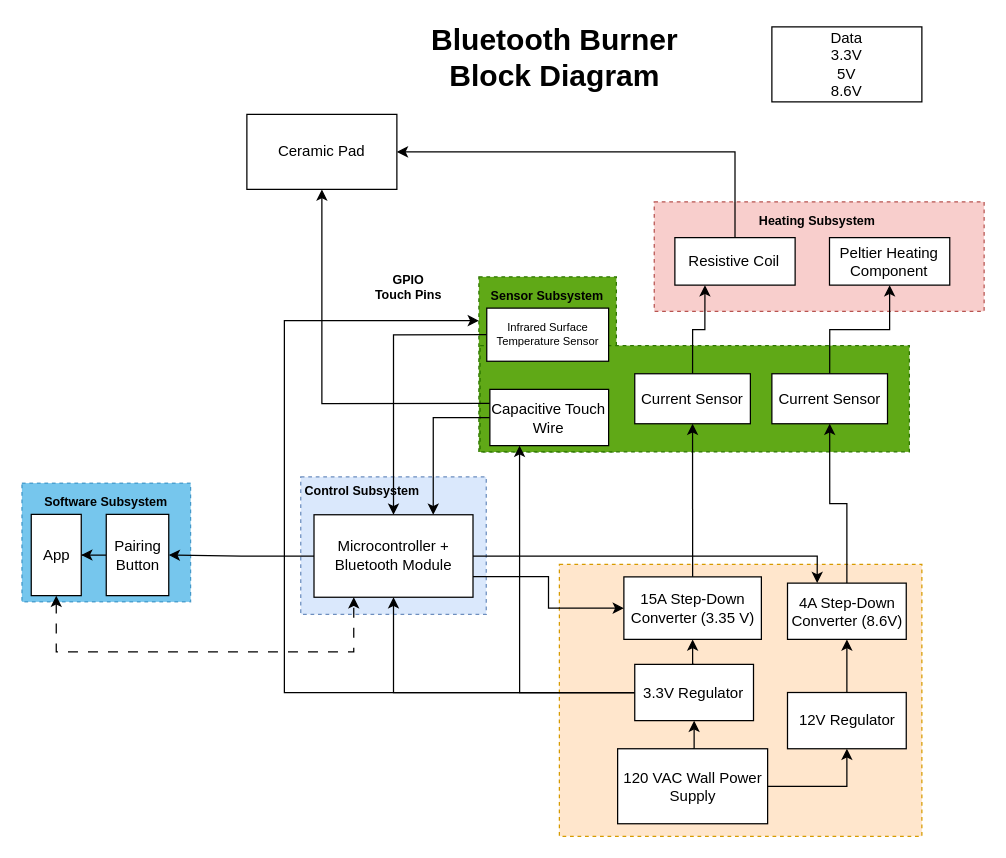
fadnis-shaunak28/ECE-445-Notebooks keeps this draw.io diagram as Proposal Diagram.drawio. Above is the earlier version. Source tidied: cells renumbered, new cells numbered last; positions are measured from the earlier drawing's top-left corner, leaving out a move shared by most shapes. Both pictures are drawn from the tidied source at 125%, with x=0, y=0 at pixel (21, 26).
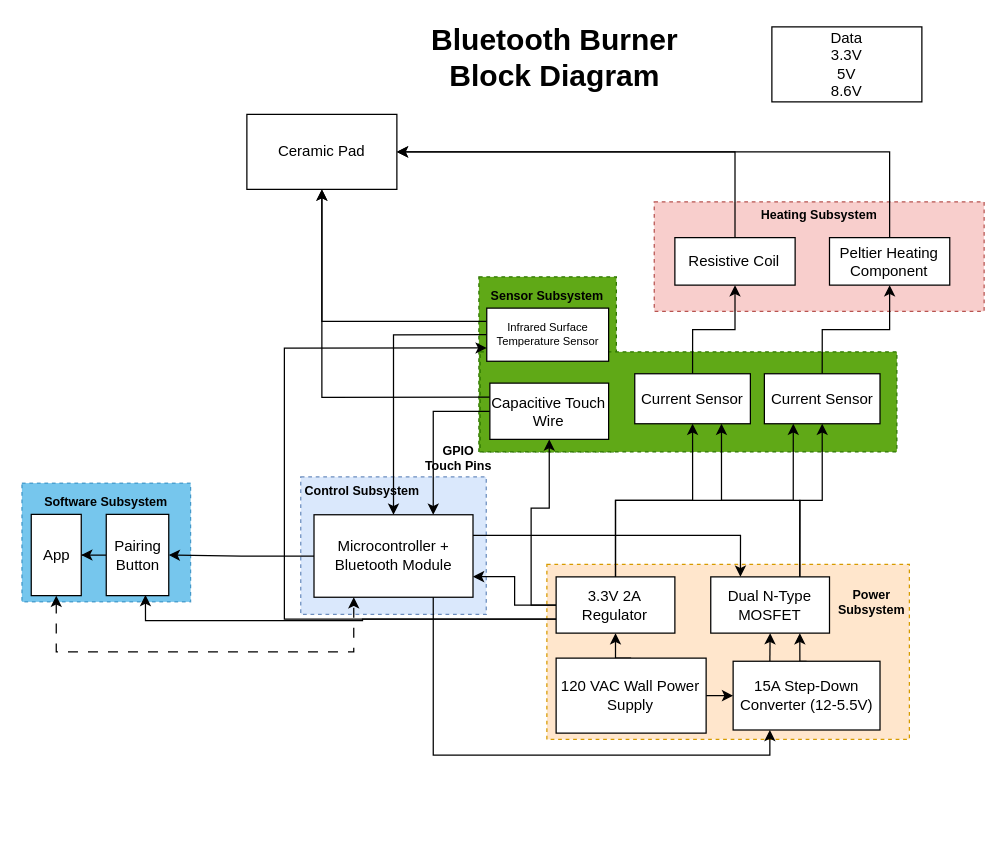
Above is the later version.

The change refers to these unchanged cells:
```xml
<mxCell id="3" style="rounded=0;whiteSpace=wrap;html=1;fillColor=#60a917;strokeColor=#2D7600;fontColor=#ffffff;dashed=1;" parent="1" vertex="1">
  <mxGeometry x="365.6" y="200" width="110" height="140" as="geometry" />
</mxCell>
<mxCell id="8" value="Microcontroller + Bluetooth Module" style="rounded=0;whiteSpace=wrap;html=1;" parent="6" vertex="1">
  <mxGeometry x="10.6" y="30.3" width="127.2" height="66" as="geometry" />
</mxCell>
<mxCell id="11" value="Ceramic Pad" style="rounded=0;whiteSpace=wrap;html=1;" parent="1" vertex="1">
  <mxGeometry x="180" y="70" width="120" height="60" as="geometry" />
</mxCell>
<mxCell id="19" value="Pairing Button" style="rounded=0;whiteSpace=wrap;html=1;" parent="14" vertex="1">
  <mxGeometry x="67.5" y="25" width="50" height="65" as="geometry" />
</mxCell>
<mxCell id="34" value="Current Sensor" style="rounded=0;whiteSpace=wrap;html=1;" parent="1" vertex="1">
  <mxGeometry x="490.3" y="277.5" width="92.5" height="40" as="geometry" />
</mxCell>
<mxCell id="35" value="Infrared Surface Temperature Sensor" style="rounded=0;whiteSpace=wrap;html=1;fontSize=9;" parent="1" vertex="1">
  <mxGeometry x="371.9" y="225" width="97.5" height="42.5" as="geometry" />
</mxCell>
<mxCell id="40" value="Peltier Heating Component" style="rounded=0;whiteSpace=wrap;html=1;" parent="1" vertex="1">
  <mxGeometry x="646.1" y="168.6" width="96.2" height="38" as="geometry" />
</mxCell>
<mxCell id="43" value="Resistive Coil" style="rounded=0;whiteSpace=wrap;html=1;" parent="1" vertex="1">
  <mxGeometry x="522.4" y="168.6" width="96.2" height="38" as="geometry" />
</mxCell>
```

Diff of the diagram source:
```diff
@@
     <mxCell id="4" style="rounded=0;whiteSpace=wrap;html=1;fillColor=#60a917;strokeColor=#2D7600;fontColor=#ffffff;dashed=1;" parent="1" vertex="1">
-      <mxGeometry x="366.6" y="255" width="343.4" height="85" as="geometry" />
+      <mxGeometry x="366.6" y="260" width="333.4" height="80" as="geometry" />
     </mxCell>
     <mxCell id="5" style="rounded=0;whiteSpace=wrap;html=1;fillColor=#ffe6cc;strokeColor=#d79b00;dashed=1;" parent="1" vertex="1">
-      <mxGeometry x="430" y="430" width="290" height="217.5" as="geometry" />
+      <mxGeometry x="420" y="430" width="290" height="140" as="geometry" />
     </mxCell>
@@
     <mxCell id="20" value="GPIO Touch Pins" style="text;html=1;strokeColor=none;fillColor=none;align=center;verticalAlign=middle;whiteSpace=wrap;overflow=hidden;fontSize=10;fontStyle=1;" parent="1" vertex="1">
-      <mxGeometry x="279.7" y="192.5" width="58.8" height="30" as="geometry" />
+      <mxGeometry x="320" y="330" width="58.8" height="30" as="geometry" />
     </mxCell>
@@
+    <mxCell id="24" style="edgeStyle=orthogonalEdgeStyle;rounded=0;jettySize=auto;html=1;exitX=0;exitY=0.5;exitDx=0;exitDy=0;entryX=0.5;entryY=0;entryDx=0;entryDy=0;" parent="1" edge="1" source="35" target="8">
+      <mxGeometry relative="1" as="geometry" />
+    </mxCell>
+    <mxCell id="25" style="edgeStyle=orthogonalEdgeStyle;rounded=0;jettySize=auto;html=1;exitX=0.5;exitY=0;exitDx=0;exitDy=0;entryX=0.5;entryY=1;entryDx=0;entryDy=0;" parent="1" edge="1" source="27" target="30">
+      <mxGeometry relative="1" as="geometry" />
+    </mxCell>
+    <mxCell id="53" style="edgeStyle=orthogonalEdgeStyle;rounded=0;jettySize=auto;html=1;exitX=1;exitY=0.5;exitDx=0;exitDy=0;entryX=0;entryY=0.5;entryDx=0;entryDy=0;" parent="1" edge="1" source="27" target="32">
+      <mxGeometry relative="1" as="geometry" />
+    </mxCell>
+    <mxCell id="27" value="120 VAC Wall Power Supply" style="rounded=0;whiteSpace=wrap;html=1;" parent="1" vertex="1">
+      <mxGeometry x="427.4" y="505" width="120" height="60" as="geometry" />
+    </mxCell>
+    <mxCell id="54" style="edgeStyle=orthogonalEdgeStyle;rounded=0;jettySize=auto;html=1;exitX=0.5;exitY=0;exitDx=0;exitDy=0;entryX=0.5;entryY=1;entryDx=0;entryDy=0;" parent="1" edge="1" source="30" target="34">
+      <mxGeometry relative="1" as="geometry" />
+    </mxCell>
+    <mxCell id="55" style="edgeStyle=orthogonalEdgeStyle;rounded=0;jettySize=auto;html=1;exitX=0.5;exitY=0;exitDx=0;exitDy=0;entryX=0.25;entryY=1;entryDx=0;entryDy=0;" parent="1" edge="1" source="30" target="49">
+      <mxGeometry relative="1" as="geometry" />
+    </mxCell>
-    <mxCell id="22" style="edgeStyle=orthogonalEdgeStyle;rounded=0;jettySize=auto;html=1;exitX=0;exitY=0.5;exitDx=0;exitDy=0;entryX=0.5;entryY=1;entryDx=0;entryDy=0;" parent="1" edge="1" source="30" target="8">
+    <mxCell id="22" style="edgeStyle=orthogonalEdgeStyle;rounded=0;jettySize=auto;html=1;exitX=0;exitY=0.5;exitDx=0;exitDy=0;entryX=1;entryY=0.75;entryDx=0;entryDy=0;" parent="1" edge="1" source="30" target="8">
       <mxGeometry relative="1" as="geometry" />
     </mxCell>
-    <mxCell id="23" style="edgeStyle=orthogonalEdgeStyle;rounded=0;jettySize=auto;html=1;exitX=0;exitY=0.5;exitDx=0;exitDy=0;entryX=0.25;entryY=1;entryDx=0;entryDy=0;" parent="1" edge="1" source="30" target="37">
+    <mxCell id="23" style="edgeStyle=orthogonalEdgeStyle;rounded=0;jettySize=auto;html=1;exitX=0;exitY=0.5;exitDx=0;exitDy=0;entryX=0.5;entryY=1;entryDx=0;entryDy=0;" parent="1" edge="1" source="30" target="37">
       <mxGeometry relative="1" as="geometry" />
     </mxCell>
-    <mxCell id="24" style="edgeStyle=orthogonalEdgeStyle;rounded=0;jettySize=auto;html=1;exitX=0;exitY=0.5;exitDx=0;exitDy=0;entryX=0.5;entryY=0;entryDx=0;entryDy=0;" parent="1" edge="1" source="35" target="8">
-      <mxGeometry relative="1" as="geometry" />
-    </mxCell>
-    <mxCell id="25" style="edgeStyle=orthogonalEdgeStyle;rounded=0;jettySize=auto;html=1;exitX=0.5;exitY=0;exitDx=0;exitDy=0;entryX=0.5;entryY=1;entryDx=0;entryDy=0;" parent="1" edge="1" source="27" target="30">
-      <mxGeometry relative="1" as="geometry" />
-    </mxCell>
-    <mxCell id="26" style="edgeStyle=orthogonalEdgeStyle;rounded=0;jettySize=auto;html=1;exitX=1;exitY=0.5;exitDx=0;exitDy=0;entryX=0.5;entryY=1;entryDx=0;entryDy=0;" parent="1" edge="1" source="27" target="52">
-      <mxGeometry relative="1" as="geometry" />
-    </mxCell>
-    <mxCell id="27" value="120 VAC Wall Power Supply" style="rounded=0;whiteSpace=wrap;html=1;" parent="1" vertex="1">
-      <mxGeometry x="476.6" y="577.5" width="120" height="60" as="geometry" />
-    </mxCell>
-    <mxCell id="28" style="edgeStyle=orthogonalEdgeStyle;rounded=0;jettySize=auto;html=1;exitX=0;exitY=0.5;exitDx=0;exitDy=0;entryX=0;entryY=0.25;entryDx=0;entryDy=0;" parent="1" edge="1" source="30" target="3">
-      <mxGeometry relative="1" as="geometry">
-        <Array as="points">
-          <mxPoint x="210" y="533" />
-          <mxPoint x="210" y="235" />
-        </Array>
-      </mxGeometry>
-    </mxCell>
-    <mxCell id="29" style="edgeStyle=orthogonalEdgeStyle;rounded=0;jettySize=auto;html=1;exitX=0.5;exitY=0;exitDx=0;exitDy=0;entryX=0.5;entryY=1;entryDx=0;entryDy=0;" parent="1" edge="1" source="30" target="46">
-      <mxGeometry relative="1" as="geometry" />
-    </mxCell>
+    <mxCell id="56" style="edgeStyle=orthogonalEdgeStyle;rounded=0;jettySize=auto;html=1;exitX=0;exitY=0.75;exitDx=0;exitDy=0;entryX=0;entryY=0.75;entryDx=0;entryDy=0;" parent="1" edge="1" source="30" target="35">
+      <mxGeometry relative="1" as="geometry">
+        <Array as="points">
+          <mxPoint x="210" y="474" />
+          <mxPoint x="210" y="257" />
+        </Array>
+      </mxGeometry>
+    </mxCell>
-    <mxCell id="30" value="3.3V Regulator" style="rounded=0;whiteSpace=wrap;html=1;" parent="1" vertex="1">
-      <mxGeometry x="490.3" y="510" width="95" height="45" as="geometry" />
+    <mxCell id="30" value="3.3V 2A Regulator" style="rounded=0;whiteSpace=wrap;html=1;" parent="1" vertex="1">
+      <mxGeometry x="427.4" y="440" width="95" height="45" as="geometry" />
     </mxCell>
-    <mxCell id="31" style="edgeStyle=orthogonalEdgeStyle;rounded=0;jettySize=auto;html=1;exitX=0.5;exitY=0;exitDx=0;exitDy=0;entryX=0.5;entryY=1;entryDx=0;entryDy=0;" parent="1" edge="1" source="32" target="49">
-      <mxGeometry relative="1" as="geometry" />
-    </mxCell>
+    <mxCell id="57" style="edgeStyle=orthogonalEdgeStyle;rounded=0;jettySize=auto;html=1;exitX=0.5;exitY=0;exitDx=0;exitDy=0;entryX=0.75;entryY=1;entryDx=0;entryDy=0;" parent="1" edge="1" source="32" target="64">
+      <mxGeometry relative="1" as="geometry" />
+    </mxCell>
+    <mxCell id="58" style="edgeStyle=orthogonalEdgeStyle;rounded=0;jettySize=auto;html=1;exitX=0.25;exitY=0;exitDx=0;exitDy=0;entryX=0.5;entryY=1;entryDx=0;entryDy=0;" parent="1" edge="1" source="32" target="64">
+      <mxGeometry relative="1" as="geometry" />
+    </mxCell>
+    <mxCell id="59" style="edgeStyle=orthogonalEdgeStyle;rounded=0;jettySize=auto;html=1;exitX=0.25;exitY=1;exitDx=0;exitDy=0;entryX=0.75;entryY=1;entryDx=0;entryDy=0;startArrow=classic;startFill=1;endArrow=none;endFill=0;" parent="1" edge="1" source="32" target="8">
+      <mxGeometry relative="1" as="geometry" />
+    </mxCell>
-    <mxCell id="32" value="4A Step-Down Converter (8.6V)" style="rounded=0;whiteSpace=wrap;html=1;" parent="1" vertex="1">
-      <mxGeometry x="612.5" y="445" width="95" height="45" as="geometry" />
+    <mxCell id="32" value="15A Step-Down Converter (12-5.5V)" style="rounded=0;whiteSpace=wrap;html=1;" parent="1" vertex="1">
+      <mxGeometry x="569" y="507.5" width="117.5" height="55" as="geometry" />
     </mxCell>
-    <mxCell id="33" style="edgeStyle=orthogonalEdgeStyle;rounded=0;jettySize=auto;html=1;exitX=0.5;exitY=0;exitDx=0;exitDy=0;entryX=0.25;entryY=1;entryDx=0;entryDy=0;" parent="1" edge="1" source="34" target="43">
+    <mxCell id="33" style="edgeStyle=orthogonalEdgeStyle;rounded=0;jettySize=auto;html=1;exitX=0.5;exitY=0;exitDx=0;exitDy=0;entryX=0.5;entryY=1;entryDx=0;entryDy=0;" parent="1" edge="1" source="34" target="43">
       <mxGeometry relative="1" as="geometry" />
     </mxCell>
@@
+    <mxCell id="60" style="edgeStyle=orthogonalEdgeStyle;rounded=0;jettySize=auto;html=1;exitX=0;exitY=0.25;exitDx=0;exitDy=0;entryX=0.5;entryY=1;entryDx=0;entryDy=0;" parent="1" edge="1" source="35" target="11">
+      <mxGeometry relative="1" as="geometry" />
+    </mxCell>
@@
     <mxCell id="37" value="Capacitive Touch Wire" style="rounded=0;whiteSpace=wrap;html=1;" parent="1" vertex="1">
-      <mxGeometry x="374.4" y="290" width="95" height="45" as="geometry" />
+      <mxGeometry x="374.4" y="285" width="95" height="45" as="geometry" />
     </mxCell>
@@
+    <mxCell id="61" style="edgeStyle=orthogonalEdgeStyle;rounded=0;jettySize=auto;html=1;exitX=0.5;exitY=0;exitDx=0;exitDy=0;entryX=1;entryY=0.5;entryDx=0;entryDy=0;" parent="1" edge="1" source="40" target="11">
+      <mxGeometry relative="1" as="geometry" />
+    </mxCell>
@@
     <mxCell id="41" value="Heating Subsystem" style="text;html=1;strokeColor=none;fillColor=none;align=center;verticalAlign=middle;whiteSpace=wrap;overflow=hidden;fontSize=10;fontStyle=1;" parent="1" vertex="1">
-      <mxGeometry x="522.4" y="130" width="228.5" height="50.6" as="geometry" />
+      <mxGeometry x="569" y="140" width="137.6" height="20" as="geometry" />
     </mxCell>
@@
-    <mxCell id="45" style="edgeStyle=orthogonalEdgeStyle;rounded=0;jettySize=auto;html=1;exitX=0.5;exitY=0;exitDx=0;exitDy=0;entryX=0.5;entryY=1;entryDx=0;entryDy=0;" parent="1" edge="1" source="46" target="34">
-      <mxGeometry relative="1" as="geometry" />
-    </mxCell>
-    <mxCell id="46" value="15A Step-Down Converter (3.35 V)" style="rounded=0;whiteSpace=wrap;html=1;" parent="1" vertex="1">
-      <mxGeometry x="481.6" y="440" width="110" height="50" as="geometry" />
-    </mxCell>
-    <mxCell id="47" style="edgeStyle=orthogonalEdgeStyle;rounded=0;jettySize=auto;html=1;exitX=1;exitY=0.75;exitDx=0;exitDy=0;entryX=0;entryY=0.5;entryDx=0;entryDy=0;" parent="1" edge="1" source="8" target="46">
-      <mxGeometry relative="1" as="geometry" />
-    </mxCell>
@@
     <mxCell id="49" value="Current Sensor" style="rounded=0;whiteSpace=wrap;html=1;" parent="1" vertex="1">
-      <mxGeometry x="600" y="277.5" width="92.5" height="40" as="geometry" />
+      <mxGeometry x="594" y="277.5" width="92.5" height="40" as="geometry" />
     </mxCell>
-    <mxCell id="50" style="edgeStyle=orthogonalEdgeStyle;rounded=0;jettySize=auto;html=1;exitX=1;exitY=0.5;exitDx=0;exitDy=0;entryX=0.25;entryY=0;entryDx=0;entryDy=0;" parent="1" edge="1" source="8" target="32">
-      <mxGeometry relative="1" as="geometry" />
-    </mxCell>
-    <mxCell id="51" style="edgeStyle=orthogonalEdgeStyle;rounded=0;jettySize=auto;html=1;exitX=0.5;exitY=0;exitDx=0;exitDy=0;entryX=0.5;entryY=1;entryDx=0;entryDy=0;" parent="1" edge="1" source="52" target="32">
-      <mxGeometry relative="1" as="geometry" />
-    </mxCell>
-    <mxCell id="52" value="12V Regulator" style="rounded=0;whiteSpace=wrap;html=1;" parent="1" vertex="1">
-      <mxGeometry x="612.5" y="532.5" width="95" height="45" as="geometry" />
-    </mxCell>
+    <mxCell id="62" style="edgeStyle=orthogonalEdgeStyle;rounded=0;jettySize=auto;html=1;exitX=0.75;exitY=0;exitDx=0;exitDy=0;entryX=0.5;entryY=1;entryDx=0;entryDy=0;" parent="1" edge="1" source="64" target="49">
+      <mxGeometry relative="1" as="geometry" />
+    </mxCell>
+    <mxCell id="63" style="edgeStyle=orthogonalEdgeStyle;rounded=0;jettySize=auto;html=1;exitX=0.75;exitY=0;exitDx=0;exitDy=0;entryX=0.75;entryY=1;entryDx=0;entryDy=0;" parent="1" edge="1" source="64" target="34">
+      <mxGeometry relative="1" as="geometry" />
+    </mxCell>
+    <mxCell id="64" value="Dual N-Type MOSFET" style="rounded=0;whiteSpace=wrap;html=1;" parent="1" vertex="1">
+      <mxGeometry x="551.1" y="440" width="95" height="45" as="geometry" />
+    </mxCell>
+    <mxCell id="65" value="Power&lt;br&gt;Subsystem" style="text;html=1;strokeColor=none;fillColor=none;align=center;verticalAlign=middle;whiteSpace=wrap;overflow=hidden;fontSize=10;fontStyle=1;" parent="1" vertex="1">
+      <mxGeometry x="650" y="440" width="60" height="40" as="geometry" />
+    </mxCell>
+    <mxCell id="66" style="edgeStyle=orthogonalEdgeStyle;rounded=0;jettySize=auto;html=1;exitX=0;exitY=0.75;exitDx=0;exitDy=0;entryX=0.627;entryY=0.991;entryDx=0;entryDy=0;entryPerimeter=0;" parent="1" edge="1" source="30" target="19">
+      <mxGeometry relative="1" as="geometry" />
+    </mxCell>
+    <mxCell id="67" style="edgeStyle=orthogonalEdgeStyle;rounded=0;jettySize=auto;html=1;exitX=1;exitY=0.25;exitDx=0;exitDy=0;entryX=0.25;entryY=0;entryDx=0;entryDy=0;" parent="1" edge="1" source="8" target="64">
+      <mxGeometry relative="1" as="geometry" />
+    </mxCell>
```
